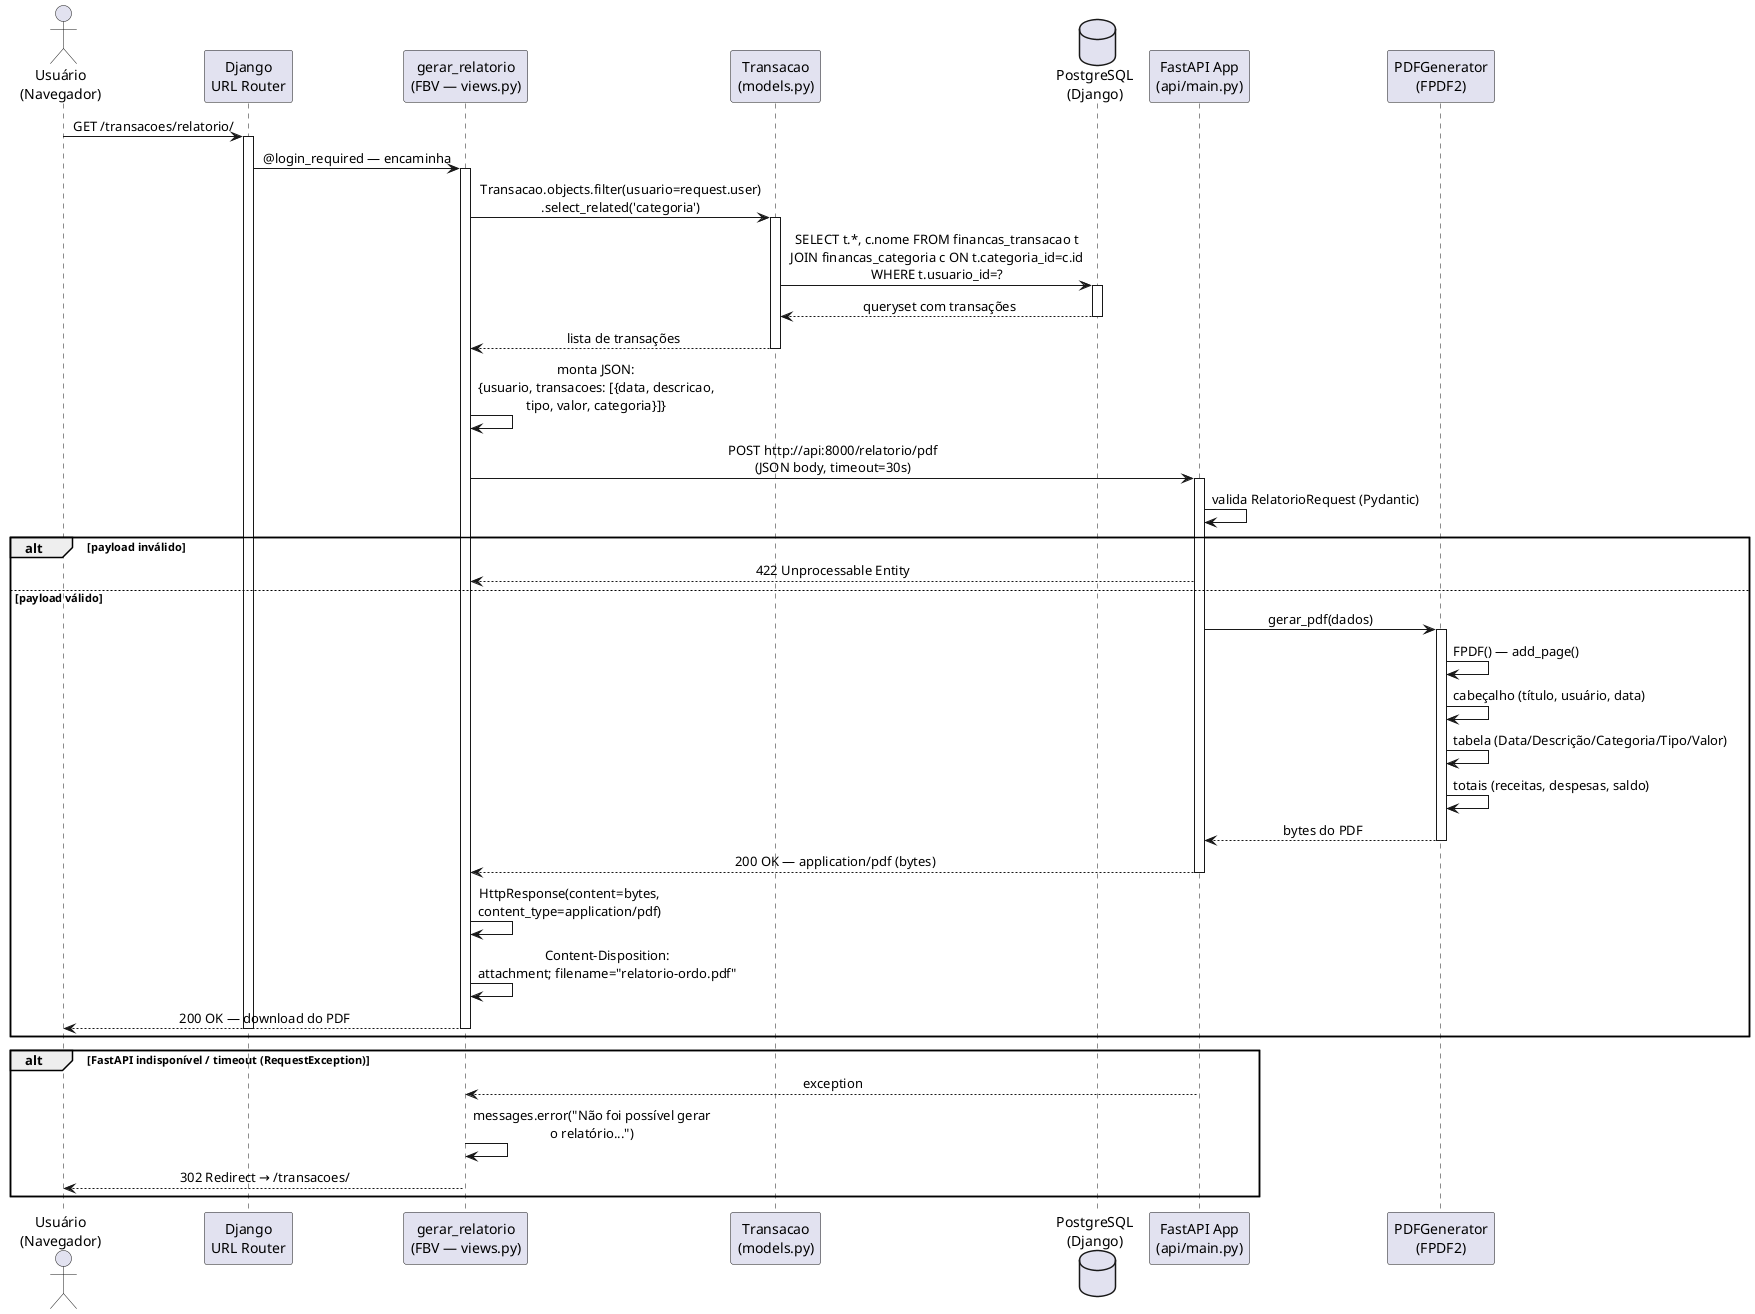
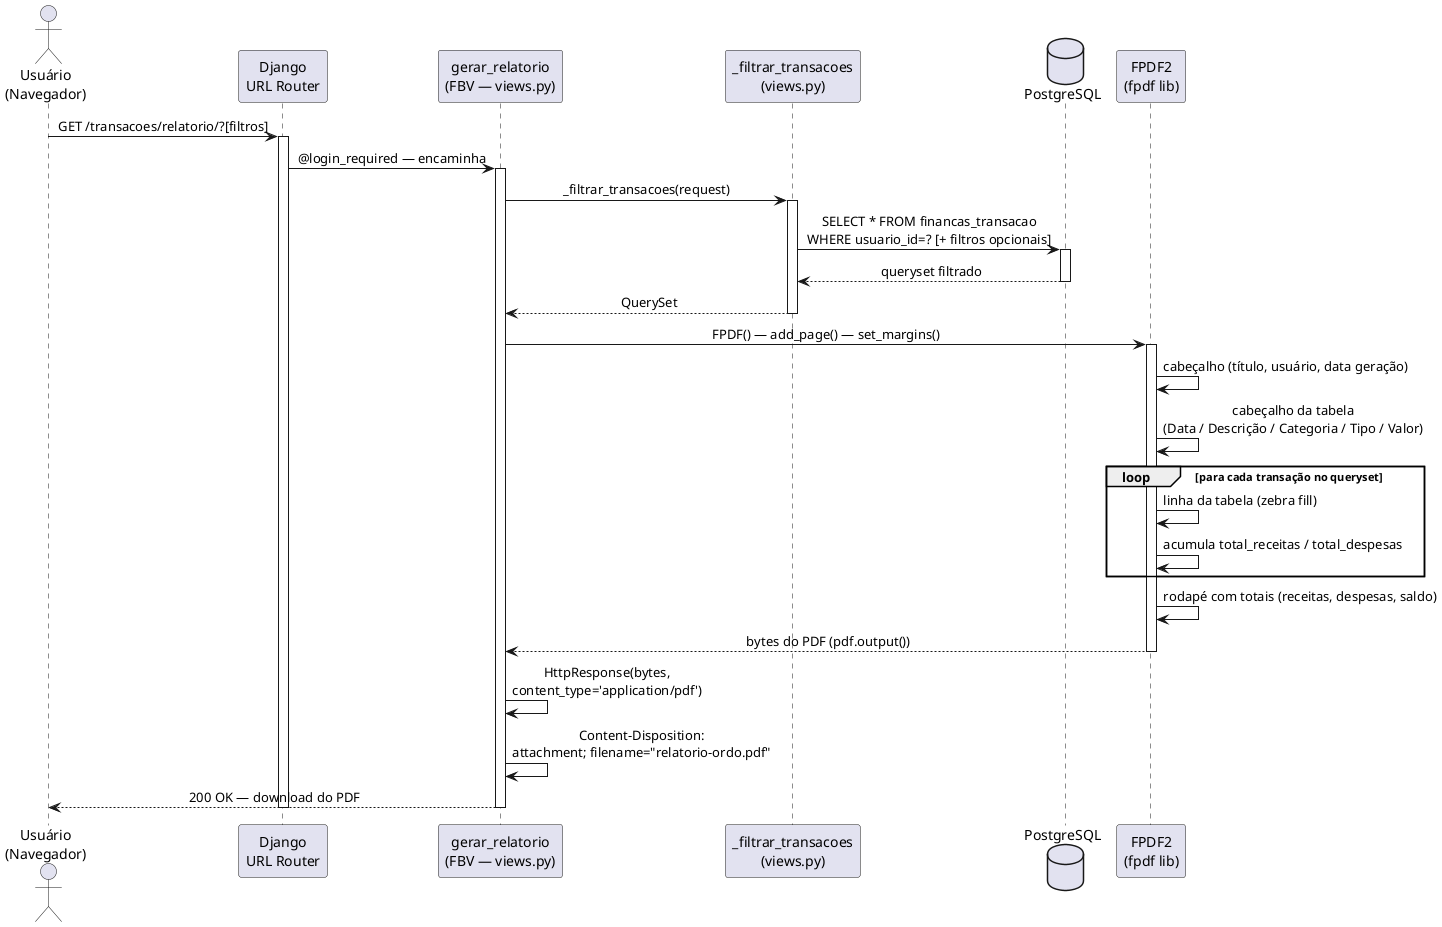
@startuml seq_relatorio_pdf
skinparam sequenceMessageAlign center
skinparam responseMessageBelowArrow true

actor "Usuário\n(Navegador)" as Browser
participant "Django\nURL Router" as Router
participant "gerar_relatorio\n(FBV — views.py)" as View
- participant "Transacao\n(models.py)" as Model
- database "PostgreSQL\n(Django)" as DB
- participant "FastAPI App\n(api/main.py)" as FastAPI
- participant "PDFGenerator\n(FPDF2)" as PDFGen
+ participant "_filtrar_transacoes\n(views.py)" as Filter
+ database "PostgreSQL" as DB
+ participant "FPDF2\n(fpdf lib)" as PDF

- Browser -> Router : GET /transacoes/relatorio/
+ Browser -> Router : GET /transacoes/relatorio/?[filtros]
activate Router
Router -> View : @login_required — encaminha
activate View

- View -> Model : Transacao.objects.filter(usuario=request.user)\n.select_related('categoria')
- activate Model
- Model -> DB : SELECT t.*, c.nome FROM financas_transacao t\nJOIN financas_categoria c ON t.categoria_id=c.id\nWHERE t.usuario_id=?
+ View -> Filter : _filtrar_transacoes(request)
+ activate Filter
+ Filter -> DB : SELECT * FROM financas_transacao\nWHERE usuario_id=? [+ filtros opcionais]
activate DB
- DB --> Model : queryset com transações
+ DB --> Filter : queryset filtrado
deactivate DB
- Model --> View : lista de transações
- deactivate Model
+ Filter --> View : QuerySet
+ deactivate Filter

- View -> View : monta JSON:\n{usuario, transacoes: [{data, descricao,\ntipo, valor, categoria}]}
+ View -> PDF : FPDF() — add_page() — set_margins()
+ activate PDF
+ PDF -> PDF : cabeçalho (título, usuário, data geração)
+ PDF -> PDF : cabeçalho da tabela\n(Data / Descrição / Categoria / Tipo / Valor)
+ loop para cada transação no queryset
+   PDF -> PDF : linha da tabela (zebra fill)
+   PDF -> PDF : acumula total_receitas / total_despesas
+ end
+ PDF -> PDF : rodapé com totais (receitas, despesas, saldo)
+ PDF --> View : bytes do PDF (pdf.output())
+ deactivate PDF

- View -> FastAPI : POST http://api:8000/relatorio/pdf\n(JSON body, timeout=30s)
- activate FastAPI
- FastAPI -> FastAPI : valida RelatorioRequest (Pydantic)
- 
- alt payload inválido
-   FastAPI --> View : 422 Unprocessable Entity
- else payload válido
-   FastAPI -> PDFGen : gerar_pdf(dados)
-   activate PDFGen
-   PDFGen -> PDFGen : FPDF() — add_page()
-   PDFGen -> PDFGen : cabeçalho (título, usuário, data)
-   PDFGen -> PDFGen : tabela (Data/Descrição/Categoria/Tipo/Valor)
-   PDFGen -> PDFGen : totais (receitas, despesas, saldo)
-   PDFGen --> FastAPI : bytes do PDF
-   deactivate PDFGen
-   FastAPI --> View : 200 OK — application/pdf (bytes)
-   deactivate FastAPI
- 
-   View -> View : HttpResponse(content=bytes,\ncontent_type=application/pdf)
-   View -> View : Content-Disposition:\nattachment; filename="relatorio-ordo.pdf"
-   View --> Browser : 200 OK — download do PDF
-   deactivate View
-   deactivate Router
- end
- 
- alt FastAPI indisponível / timeout (RequestException)
-   FastAPI --> View : exception
-   deactivate FastAPI
-   View -> View : messages.error("Não foi possível gerar\no relatório...")
-   View --> Browser : 302 Redirect → /transacoes/
-   deactivate View
-   deactivate Router
- end
+ View -> View : HttpResponse(bytes,\ncontent_type='application/pdf')
+ View -> View : Content-Disposition:\nattachment; filename="relatorio-ordo.pdf"
+ View --> Browser : 200 OK — download do PDF
+ deactivate View
+ deactivate Router

@enduml
